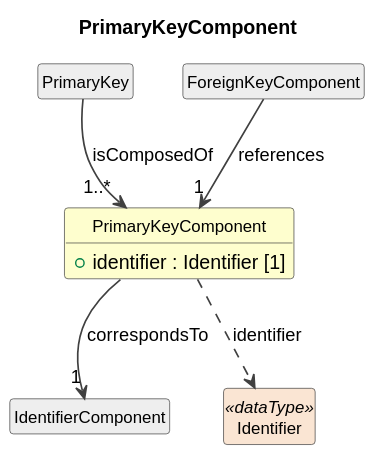
Above: cdif-uml-model/_plantuml/cdifDataStructure/Classes/PrimaryKeyComponent.svg in Cross-Domain-Interoperability-Framework/metadataBuildingBlocks (PlantUML), before the change.
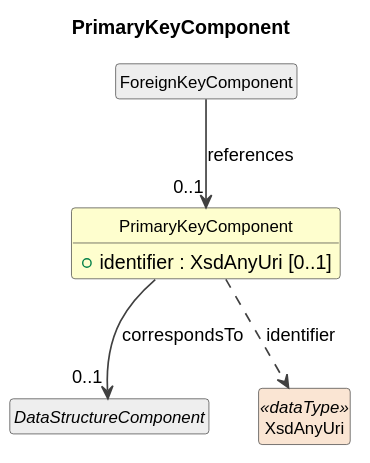
After the change.

The edit, as a diff of the source:
```diff
@@ -11,14 +11,12 @@
 }
 
 class "PrimaryKeyComponent" as PrimaryKeyComponent #FEFECE {
-  +identifier : Identifier [1]
+  +identifier : XsdAnyUri [0..1]
 }
-class "PrimaryKey" as PrimaryKey #EEEEEE
-PrimaryKey --> "1..*" PrimaryKeyComponent : isComposedOf
-class "IdentifierComponent" as IdentifierComponent #EEEEEE
-PrimaryKeyComponent --> "1" IdentifierComponent : correspondsTo
+abstract class "DataStructureComponent" as DataStructureComponent #EEEEEE
+PrimaryKeyComponent --> "0..1" DataStructureComponent : correspondsTo
 class "ForeignKeyComponent" as ForeignKeyComponent #EEEEEE
-ForeignKeyComponent --> "1" PrimaryKeyComponent : references
-class "Identifier" as Identifier <<dataType>> #FAE5D3
-PrimaryKeyComponent ..> Identifier : identifier
+ForeignKeyComponent --> "0..1" PrimaryKeyComponent : references
+class "XsdAnyUri" as XsdAnyUri <<dataType>> #FAE5D3
+PrimaryKeyComponent ..> XsdAnyUri : identifier
 @enduml
```
